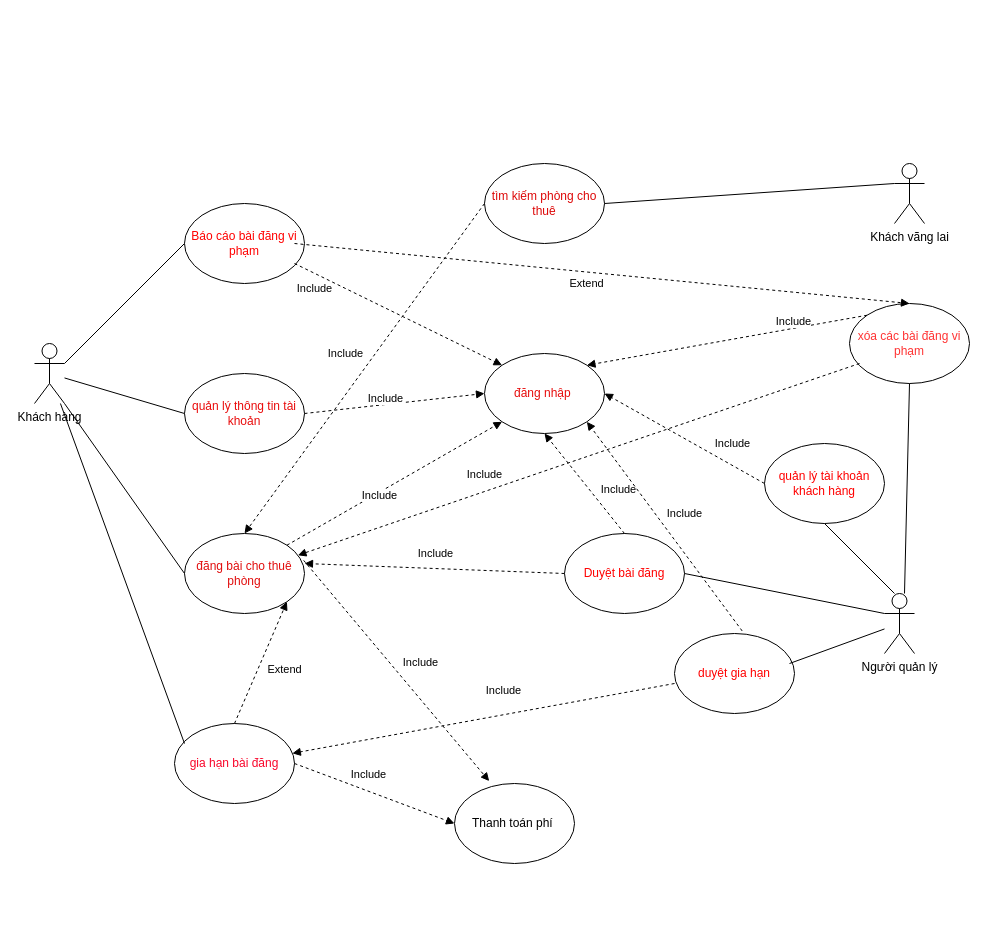
Above: page "Page-1" (1 of 6) of usecase.drawio in Uechi123/PTTKHTTT (draw.io), before the change. Source tidied: cells renumbered, new cells numbered last; positions are measured from the earlier drawing's top-left corner, leaving out a move shared by most shapes. Both pictures are drawn from the tidied source at 100%, with x=0, y=0 at pixel (34, 163).
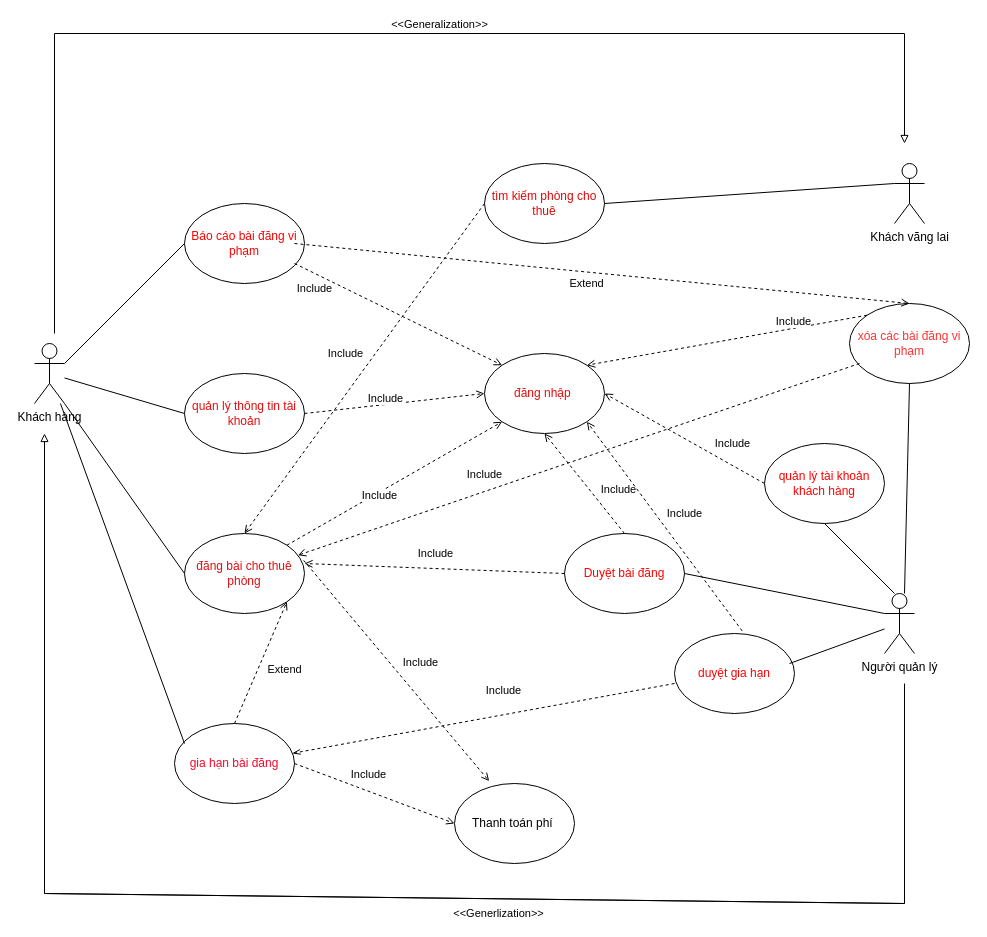
Above is the later version.

The change refers to these unchanged cells:
```xml
<mxCell id="5" value="đăng nhập&amp;nbsp;" style="ellipse;whiteSpace=wrap;html=1;fontColor=#e70d0d;" parent="1" vertex="1">
  <mxGeometry x="450" y="190" width="120" height="80" as="geometry" />
</mxCell>
<mxCell id="7" value="đăng bài cho thuê phòng" style="ellipse;whiteSpace=wrap;html=1;fontColor=#e10e0e;" parent="1" vertex="1">
  <mxGeometry x="150" y="370" width="120" height="80" as="geometry" />
</mxCell>
<mxCell id="9" value="Duyệt bài đăng" style="ellipse;whiteSpace=wrap;html=1;fontColor=#FF0000;" parent="1" vertex="1">
  <mxGeometry x="530" y="370" width="120" height="80" as="geometry" />
</mxCell>
<mxCell id="11" value="Thanh toán phí&amp;nbsp;" style="ellipse;whiteSpace=wrap;html=1;" parent="1" vertex="1">
  <mxGeometry x="420" y="620" width="120" height="80" as="geometry" />
</mxCell>
<mxCell id="12" value="xóa các bài đăng vi phạm" style="ellipse;whiteSpace=wrap;html=1;fontColor=#FF3333;" parent="1" vertex="1">
  <mxGeometry x="815" y="140" width="120" height="80" as="geometry" />
</mxCell>
<mxCell id="13" value="quản lý tài khoản khách hàng" style="ellipse;whiteSpace=wrap;html=1;fontColor=#FF0000;" parent="1" vertex="1">
  <mxGeometry x="730" y="280" width="120" height="80" as="geometry" />
</mxCell>
<mxCell id="14" value="duyệt gia hạn" style="ellipse;whiteSpace=wrap;html=1;fontColor=#FF0000;" parent="1" vertex="1">
  <mxGeometry x="640" y="470" width="120" height="80" as="geometry" />
</mxCell>
<mxCell id="25" value="gia hạn bài đăng" style="ellipse;whiteSpace=wrap;html=1;fontColor=#f9062b;" parent="1" vertex="1">
  <mxGeometry x="140" y="560" width="120" height="80" as="geometry" />
</mxCell>
```

Diff of the diagram source:
```diff
@@
-    <mxCell id="18" style="endArrow=block;html=1;rounded=0;entryX=0.289;entryY=-0.03;entryDx=0;entryDy=0;dashed=1;endFill=1;exitX=0.993;exitY=0.336;exitDx=0;exitDy=0;exitPerimeter=0;entryPerimeter=0;" parent="1" edge="1" source="7" target="11">
+    <mxCell id="18" style="endArrow=open;html=1;rounded=0;entryX=0.289;entryY=-0.03;entryDx=0;entryDy=0;dashed=1;endFill=0;exitX=0.993;exitY=0.336;exitDx=0;exitDy=0;exitPerimeter=0;entryPerimeter=0;" parent="1" edge="1" source="7" target="11">
       <mxGeometry relative="1" as="geometry" />
     </mxCell>
@@
-    <mxCell id="20" style="endArrow=block;dashed=1;html=1;rounded=0;entryX=1;entryY=0.375;entryDx=0;entryDy=0;endFill=1;exitX=0;exitY=0.5;exitDx=0;exitDy=0;entryPerimeter=0;" parent="1" edge="1" source="9" target="7">
+    <mxCell id="20" style="endArrow=open;dashed=1;html=1;rounded=0;entryX=1;entryY=0.375;entryDx=0;entryDy=0;endFill=0;exitX=0;exitY=0.5;exitDx=0;exitDy=0;entryPerimeter=0;" parent="1" edge="1" source="9" target="7">
       <mxGeometry relative="1" as="geometry" />
     </mxCell>
@@
-    <mxCell id="26" style="endArrow=block;html=1;rounded=0;entryX=1;entryY=1;entryDx=0;entryDy=0;dashed=1;startArrow=none;startFill=0;endFill=1;exitX=0.5;exitY=0;exitDx=0;exitDy=0;" parent="1" edge="1" source="25" target="7">
+    <mxCell id="26" style="endArrow=open;html=1;rounded=0;entryX=1;entryY=1;entryDx=0;entryDy=0;dashed=1;startArrow=none;startFill=0;endFill=0;exitX=0.5;exitY=0;exitDx=0;exitDy=0;" parent="1" edge="1" source="25" target="7">
       <mxGeometry relative="1" as="geometry" />
     </mxCell>
@@
-    <mxCell id="28" style="endArrow=block;dashed=1;html=1;rounded=0;entryX=0;entryY=0.5;entryDx=0;entryDy=0;endFill=1;exitX=1;exitY=0.5;exitDx=0;exitDy=0;" parent="1" edge="1" source="25" target="11">
+    <mxCell id="28" style="endArrow=open;dashed=1;html=1;rounded=0;entryX=0;entryY=0.5;entryDx=0;entryDy=0;endFill=0;exitX=1;exitY=0.5;exitDx=0;exitDy=0;" parent="1" edge="1" source="25" target="11">
       <mxGeometry relative="1" as="geometry" />
     </mxCell>
@@
-    <mxCell id="31" style="endArrow=block;dashed=1;html=1;rounded=0;entryX=0.982;entryY=0.373;entryDx=0;entryDy=0;endFill=1;exitX=0;exitY=0.5;exitDx=0;exitDy=0;entryPerimeter=0;" parent="1" edge="1" target="25">
+    <mxCell id="31" style="endArrow=openThin;dashed=1;html=1;rounded=0;entryX=0.982;entryY=0.373;entryDx=0;entryDy=0;endFill=0;exitX=0;exitY=0.5;exitDx=0;exitDy=0;entryPerimeter=0;" parent="1" edge="1" target="25">
       <mxGeometry relative="1" as="geometry">
         <mxPoint x="640" y="520" as="sourcePoint" />
       </mxGeometry>
     </mxCell>
@@
-    <mxCell id="33" style="endArrow=block;html=1;rounded=0;entryX=0.5;entryY=0;entryDx=0;entryDy=0;dashed=1;startArrow=none;startFill=0;endFill=1;exitX=1;exitY=0.5;exitDx=0;exitDy=0;" parent="1" edge="1" target="12">
+    <mxCell id="33" style="endArrow=open;html=1;rounded=0;entryX=0.5;entryY=0;entryDx=0;entryDy=0;dashed=1;startArrow=none;startFill=0;endFill=0;exitX=1;exitY=0.5;exitDx=0;exitDy=0;" parent="1" edge="1" target="12">
       <mxGeometry relative="1" as="geometry">
         <mxPoint x="260" y="80" as="sourcePoint" />
       </mxGeometry>
     </mxCell>
@@
-    <mxCell id="36" style="endArrow=block;dashed=1;html=1;rounded=0;entryX=0;entryY=0;entryDx=0;entryDy=0;endFill=1;exitX=1;exitY=0.5;exitDx=0;exitDy=0;" parent="1" edge="1" target="5">
+    <mxCell id="36" style="endArrow=open;dashed=1;html=1;rounded=0;entryX=0;entryY=0;entryDx=0;entryDy=0;endFill=0;exitX=1;exitY=0.5;exitDx=0;exitDy=0;" parent="1" edge="1" target="5">
       <mxGeometry relative="1" as="geometry">
         <mxPoint x="260" y="100" as="sourcePoint" />
       </mxGeometry>
     </mxCell>
@@
-    <mxCell id="38" style="endArrow=block;dashed=1;html=1;rounded=0;entryX=0;entryY=0.5;entryDx=0;entryDy=0;endFill=1;exitX=1;exitY=0.5;exitDx=0;exitDy=0;" parent="1" edge="1" target="5">
+    <mxCell id="38" style="endArrow=open;dashed=1;html=1;rounded=0;entryX=0;entryY=0.5;entryDx=0;entryDy=0;endFill=0;exitX=1;exitY=0.5;exitDx=0;exitDy=0;" parent="1" edge="1" target="5">
       <mxGeometry relative="1" as="geometry">
         <mxPoint x="270" y="250" as="sourcePoint" />
       </mxGeometry>
     </mxCell>
@@
-    <mxCell id="40" style="endArrow=block;dashed=1;html=1;rounded=0;entryX=0;entryY=1;entryDx=0;entryDy=0;endFill=1;exitX=1;exitY=0;exitDx=0;exitDy=0;" parent="1" edge="1" source="7" target="5">
+    <mxCell id="40" style="endArrow=open;dashed=1;html=1;rounded=0;entryX=0;entryY=1;entryDx=0;entryDy=0;endFill=0;exitX=1;exitY=0;exitDx=0;exitDy=0;" parent="1" edge="1" source="7" target="5">
       <mxGeometry relative="1" as="geometry" />
     </mxCell>
@@
-    <mxCell id="42" style="endArrow=block;dashed=1;html=1;rounded=0;entryX=1;entryY=0.5;entryDx=0;entryDy=0;endFill=1;exitX=0;exitY=0.5;exitDx=0;exitDy=0;" parent="1" edge="1" source="13" target="5">
+    <mxCell id="42" style="endArrow=open;dashed=1;html=1;rounded=0;entryX=1;entryY=0.5;entryDx=0;entryDy=0;endFill=0;exitX=0;exitY=0.5;exitDx=0;exitDy=0;" parent="1" edge="1" source="13" target="5">
       <mxGeometry relative="1" as="geometry" />
     </mxCell>
@@
-    <mxCell id="44" style="endArrow=block;dashed=1;html=1;rounded=0;entryX=0.5;entryY=1;entryDx=0;entryDy=0;endFill=1;exitX=0.5;exitY=0;exitDx=0;exitDy=0;" parent="1" edge="1" source="9" target="5">
+    <mxCell id="44" style="endArrow=open;dashed=1;html=1;rounded=0;entryX=0.5;entryY=1;entryDx=0;entryDy=0;endFill=0;exitX=0.5;exitY=0;exitDx=0;exitDy=0;" parent="1" edge="1" source="9" target="5">
       <mxGeometry relative="1" as="geometry" />
     </mxCell>
@@
-    <mxCell id="46" style="endArrow=block;dashed=1;html=1;rounded=0;entryX=1;entryY=1;entryDx=0;entryDy=0;endFill=1;exitX=0.564;exitY=-0.032;exitDx=0;exitDy=0;exitPerimeter=0;" parent="1" edge="1" source="14" target="5">
+    <mxCell id="46" style="endArrow=open;dashed=1;html=1;rounded=0;entryX=1;entryY=1;entryDx=0;entryDy=0;endFill=0;exitX=0.564;exitY=-0.032;exitDx=0;exitDy=0;exitPerimeter=0;" parent="1" edge="1" source="14" target="5">
       <mxGeometry relative="1" as="geometry" />
     </mxCell>
@@
-    <mxCell id="48" style="endArrow=block;dashed=1;html=1;rounded=0;entryX=1;entryY=0;entryDx=0;entryDy=0;endFill=1;exitX=0;exitY=0;exitDx=0;exitDy=0;" parent="1" edge="1" source="12" target="5">
+    <mxCell id="48" style="endArrow=open;dashed=1;html=1;rounded=0;entryX=1;entryY=0;entryDx=0;entryDy=0;endFill=0;exitX=0;exitY=0;exitDx=0;exitDy=0;" parent="1" edge="1" source="12" target="5">
       <mxGeometry relative="1" as="geometry" />
     </mxCell>
@@
-    <mxCell id="50" style="endArrow=block;html=1;rounded=0;entryX=0.5;entryY=0;entryDx=0;entryDy=0;dashed=1;endFill=1;exitX=0.993;exitY=0.336;exitDx=0;exitDy=0;exitPerimeter=0;" parent="1" edge="1" target="7">
+    <mxCell id="50" style="endArrow=open;html=1;rounded=0;entryX=0.5;entryY=0;entryDx=0;entryDy=0;dashed=1;endFill=0;exitX=0.993;exitY=0.336;exitDx=0;exitDy=0;exitPerimeter=0;" parent="1" edge="1" target="7">
       <mxGeometry relative="1" as="geometry">
         <mxPoint x="450" y="40" as="sourcePoint" />
       </mxGeometry>
     </mxCell>
@@
-    <mxCell id="52" style="endArrow=block;dashed=1;html=1;rounded=0;endFill=1;exitX=0;exitY=0.5;exitDx=0;exitDy=0;" parent="1" edge="1" target="7">
+    <mxCell id="52" style="endArrow=open;dashed=1;html=1;rounded=0;endFill=0;exitX=0;exitY=0.5;exitDx=0;exitDy=0;" parent="1" edge="1" target="7">
       <mxGeometry relative="1" as="geometry">
         <mxPoint x="825" y="200" as="sourcePoint" />
       </mxGeometry>
     </mxCell>
@@
+    <mxCell id="55" style="endArrow=none;html=1;rounded=0;endFill=0;" parent="1" edge="1">
+      <mxGeometry relative="1" as="geometry">
+        <mxPoint x="20" y="170" as="sourcePoint" />
+        <mxPoint x="870" y="-130" as="targetPoint" />
+        <Array as="points">
+          <mxPoint x="20" y="-130" />
+        </Array>
+      </mxGeometry>
+    </mxCell>
+    <mxCell id="56" value="&amp;lt;&amp;lt;Generalization&amp;gt;&amp;gt;" style="edgeLabel;html=1;align=center;verticalAlign=middle;" parent="55" vertex="1">
+      <mxGeometry x="0.19" y="1" relative="1" as="geometry">
+        <mxPoint y="-9" as="offset" />
+      </mxGeometry>
+    </mxCell>
+    <mxCell id="57" style="endArrow=none;html=1;rounded=0;startArrow=block;startFill=0;" parent="1" edge="1">
+      <mxGeometry relative="1" as="geometry">
+        <mxPoint x="870" y="-20" as="sourcePoint" />
+        <mxPoint x="870" y="-130" as="targetPoint" />
+      </mxGeometry>
+    </mxCell>
+    <mxCell id="58" style="endArrow=none;html=1;rounded=0;" parent="1" edge="1">
+      <mxGeometry relative="1" as="geometry">
+        <mxPoint x="870" y="740" as="sourcePoint" />
+        <mxPoint x="870" y="520" as="targetPoint" />
+        <Array as="points">
+          <mxPoint x="10" y="730" />
+          <mxPoint x="870" y="740" />
+        </Array>
+      </mxGeometry>
+    </mxCell>
+    <mxCell id="59" value="&amp;lt;&amp;lt;Generlization&amp;gt;&amp;gt;" style="edgeLabel;html=1;align=center;verticalAlign=middle;" parent="58" vertex="1">
+      <mxGeometry x="0.33" y="-2" relative="1" as="geometry">
+        <mxPoint x="24" y="13" as="offset" />
+      </mxGeometry>
+    </mxCell>
+    <mxCell id="60" style="endArrow=block;html=1;rounded=0;endFill=0;" parent="1" edge="1">
+      <mxGeometry relative="1" as="geometry">
+        <mxPoint x="10" y="730" as="sourcePoint" />
+        <mxPoint x="10" y="270" as="targetPoint" />
+      </mxGeometry>
+    </mxCell>
```
